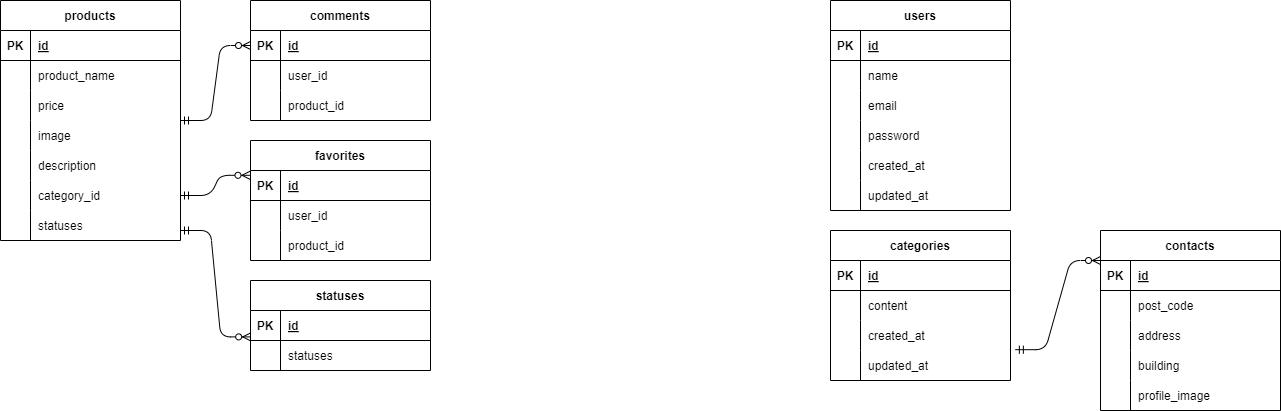
The draw.io diagram er.drawio.png in mukanika/kame, before a commit. Source tidied: cells renumbered, new cells last; positions are measured from the earlier drawing's top-left corner, leaving out a move shared by most shapes.
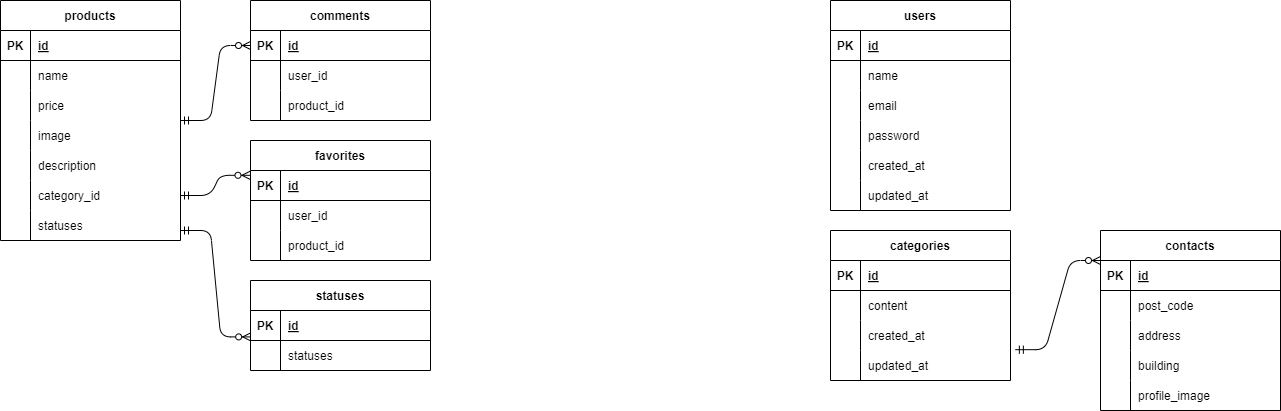
The same diagram one commit later.

The edit, as a diff of the source:
```diff
@@ -20,7 +20,7 @@
     <mxCell id="7" style="shape=partialRectangle;fillColor=none;top=0;left=0;bottom=0;right=0;overflow=hidden;" parent="6" vertex="1">
       <mxGeometry width="30" height="30" as="geometry" />
     </mxCell>
-    <mxCell id="8" value="product_name" style="shape=partialRectangle;fillColor=none;top=0;left=0;bottom=0;right=0;align=left;spacingLeft=6;overflow=hidden;" parent="6" vertex="1">
+    <mxCell id="8" value="name" style="shape=partialRectangle;fillColor=none;top=0;left=0;bottom=0;right=0;align=left;spacingLeft=6;overflow=hidden;" parent="6" vertex="1">
       <mxGeometry x="30" width="150" height="30" as="geometry" />
     </mxCell>
     <mxCell id="9" style="shape=tableRow;horizontal=0;startSize=0;swimlaneHead=0;swimlaneBody=0;fillColor=none;top=0;left=0;right=0;bottom=0;" parent="2" vertex="1">
```
